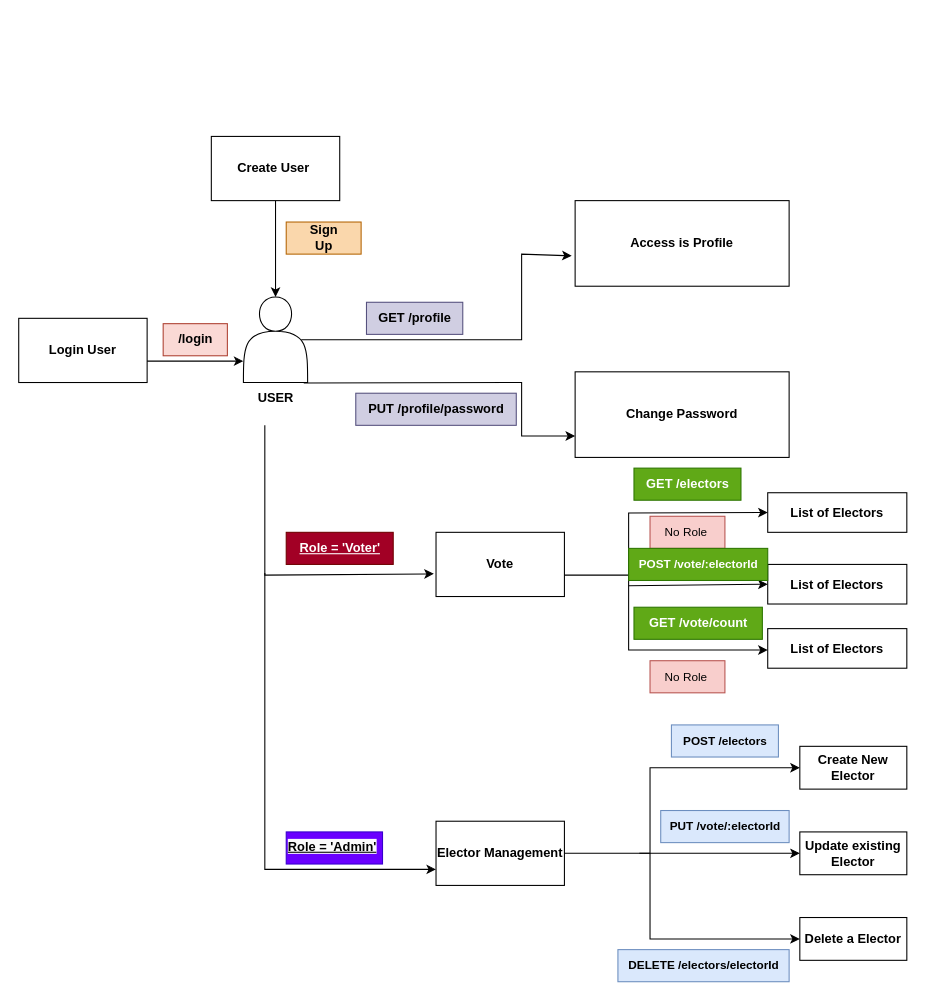
Earlier version of the draw.io diagram Untitled Diagram.drawio (RohanShrivastava08/Draw.IO). Source tidied: cells renumbered, new cells numbered last; positions are measured from the earlier drawing's top-left corner, leaving out a move shared by most shapes. Both pictures are drawn from the tidied source at 107%, with x=0, y=0 at pixel (18, 136).
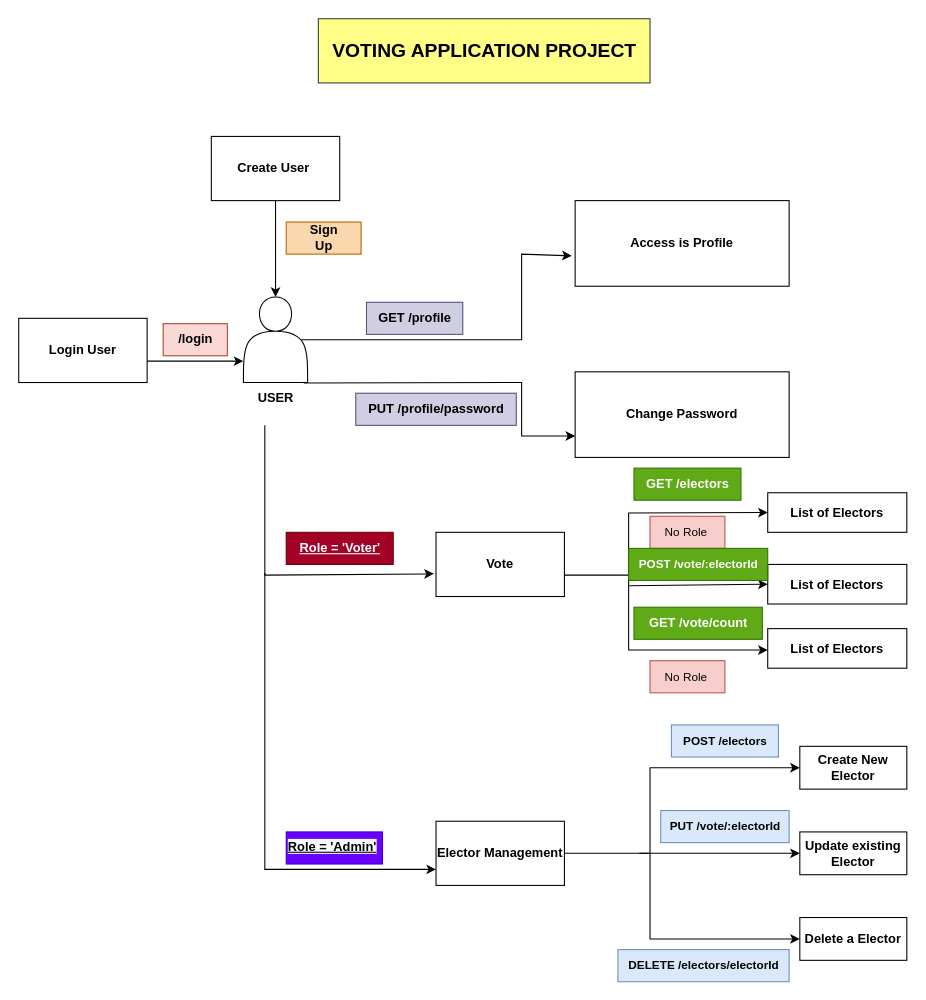
The same page after the edit.

Change to the diagram source:
```diff
@@
+    <mxCell id="42" value="&lt;h2&gt;VOTING APPLICATION PROJECT&lt;/h2&gt;" style="text;html=1;align=center;verticalAlign=middle;strokeColor=#36393d;fillColor=#ffff88;" parent="1" vertex="1">
+      <mxGeometry x="280" y="-110" width="310" height="60" as="geometry" />
+    </mxCell>
```
